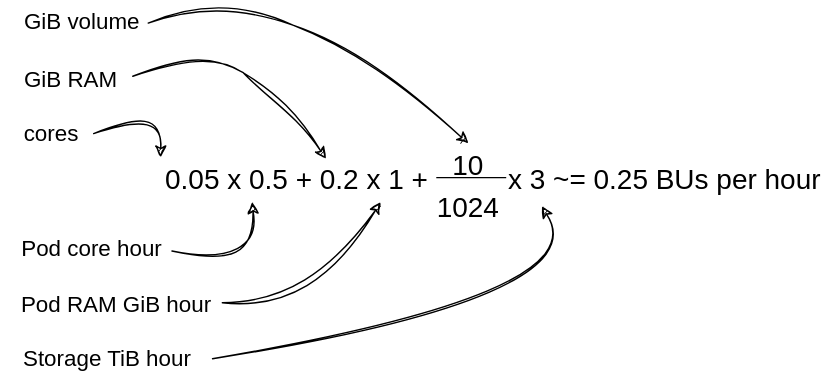
CSCfi/csc-user-guide keeps this draw.io diagram as docs/cloud/rahti/images/Rahti1Requests.drawio.svg. Above is the earlier version. Source tidied: cells renumbered, new cells last; positions are measured from the earlier drawing's top-left corner, leaving out a move shared by most shapes.
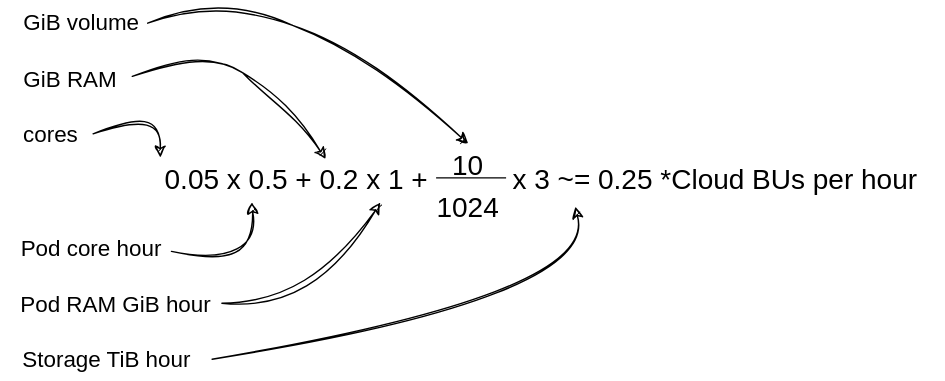
The same diagram one commit later.

Diff of the diagram source:
```diff
@@ -27,8 +27,8 @@
         </Array>
       </mxGeometry>
     </mxCell>
-    <mxCell id="7" value="&lt;font style=&quot;font-size: 20px;&quot;&gt;x 3 ~= 0.25 BUs per hour&lt;br&gt;&lt;/font&gt;" style="text;html=1;align=center;verticalAlign=middle;points=[];strokeColor=none;fillColor=none;" parent="1" vertex="1">
-      <mxGeometry x="349" y="114" width="250" height="40" as="geometry" />
+    <mxCell id="7" value="&lt;div style=&quot;&quot;&gt;&lt;span style=&quot;font-size: 20px; background-color: initial;&quot;&gt;x 3 ~= 0.25 *Cloud BUs per hour&lt;/span&gt;&lt;/div&gt;" style="text;html=1;align=left;verticalAlign=middle;points=[];strokeColor=none;fillColor=none;" parent="1" vertex="1">
+      <mxGeometry x="364" y="114" width="310" height="40" as="geometry" />
     </mxCell>
     <mxCell id="8" value="&lt;font style=&quot;font-size: 16px;&quot;&gt;cores&lt;/font&gt;" style="text;html=1;align=center;verticalAlign=middle;whiteSpace=wrap;rounded=0;" parent="1" vertex="1">
       <mxGeometry x="6" y="87" width="60" height="30" as="geometry" />
```
